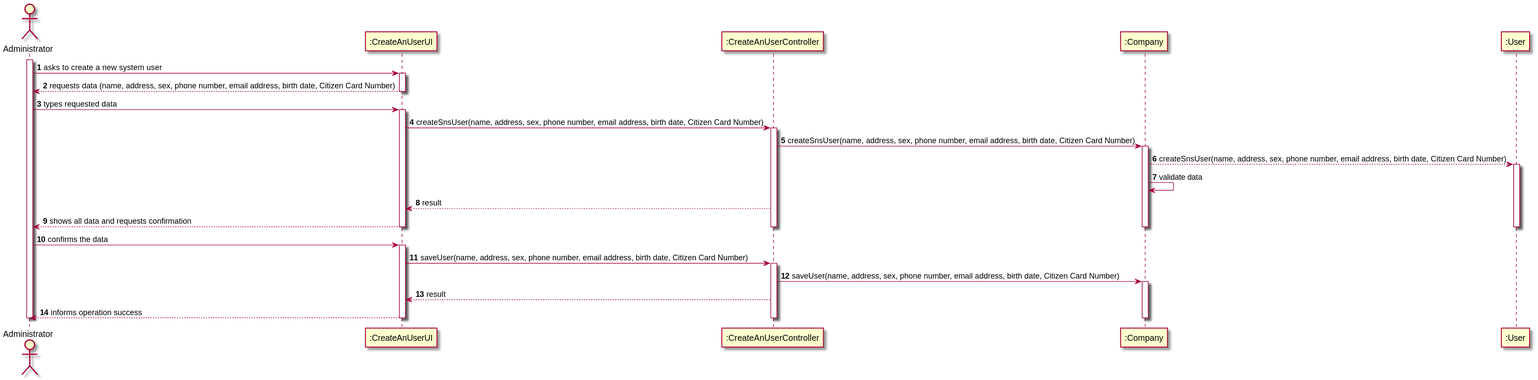
Above: docs/SprintB/US003/US003_SD.svg in Pirussa/lei-22-s2-1da-g02 (PlantUML), before the change.
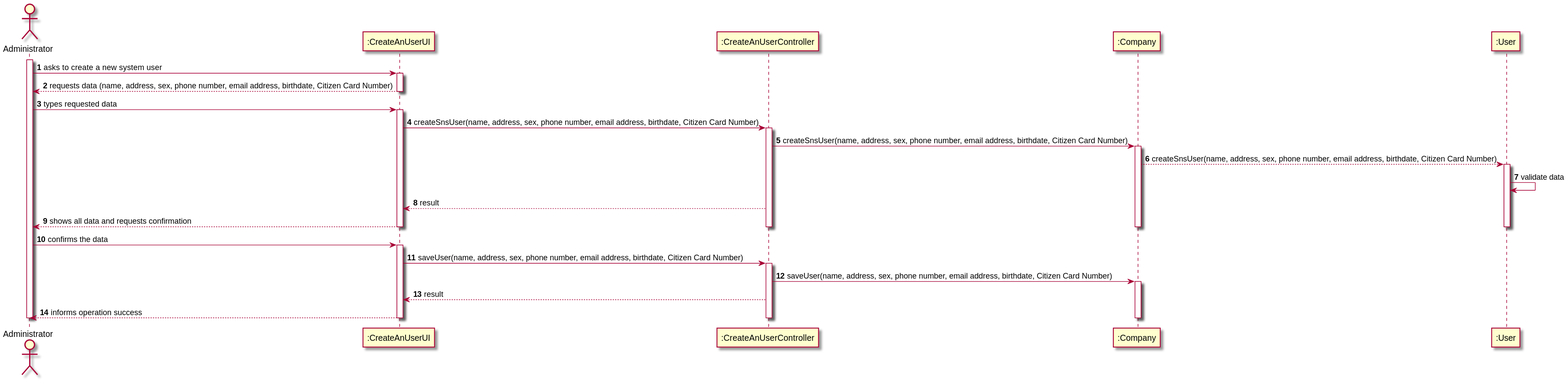
Later version of the same file.

What changed in the source:
```diff
@@ -11,20 +11,20 @@
 activate A
 A -> UI : asks to create a new system user
 activate UI
-UI --> A : requests data (name, address, sex, phone number, email address, birth date, Citizen Card Number)
+UI --> A : requests data (name, address, sex, phone number, email address, birthdate, Citizen Card Number)
 deactivate UI
 
 A -> UI : types requested data
 activate UI
 
-UI -> CTRL : createSnsUser(name, address, sex, phone number, email address, birth date, Citizen Card Number)
+UI -> CTRL : createSnsUser(name, address, sex, phone number, email address, birthdate, Citizen Card Number)
 activate CTRL
 
-CTRL -> C : createSnsUser(name, address, sex, phone number, email address, birth date, Citizen Card Number)
+CTRL -> C : createSnsUser(name, address, sex, phone number, email address, birthdate, Citizen Card Number)
 activate C
-C --> U : createSnsUser(name, address, sex, phone number, email address, birth date, Citizen Card Number)
+C --> U : createSnsUser(name, address, sex, phone number, email address, birthdate, Citizen Card Number)
 activate U
-C -> C :  validate data
+U -> U :  validate data
 
 CTRL --> UI : result
 
@@ -38,9 +38,9 @@
 
 A -> UI : confirms the data
 activate UI
-UI -> CTRL : saveUser(name, address, sex, phone number, email address, birth date, Citizen Card Number)
+UI -> CTRL : saveUser(name, address, sex, phone number, email address, birthdate, Citizen Card Number)
 activate CTRL
-CTRL -> C : saveUser(name, address, sex, phone number, email address, birth date, Citizen Card Number)
+CTRL -> C : saveUser(name, address, sex, phone number, email address, birthdate, Citizen Card Number)
 activate C
 
 
```
